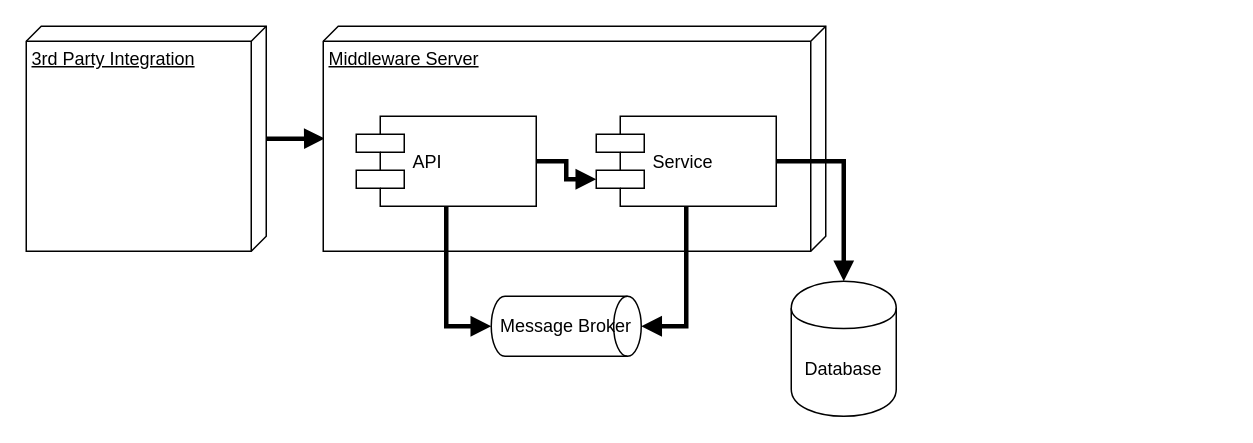
This is solutions/BlueBelt/docs/solution.drawio from epomatti/dojo-for-net, a draw.io file, before an edit. Source tidied: cells renumbered, new cells numbered last; positions are measured from the earlier drawing's top-left corner, leaving out a move shared by most shapes. Both pictures are drawn from the tidied source at 150%, with x=0, y=0 at pixel (26, 26).
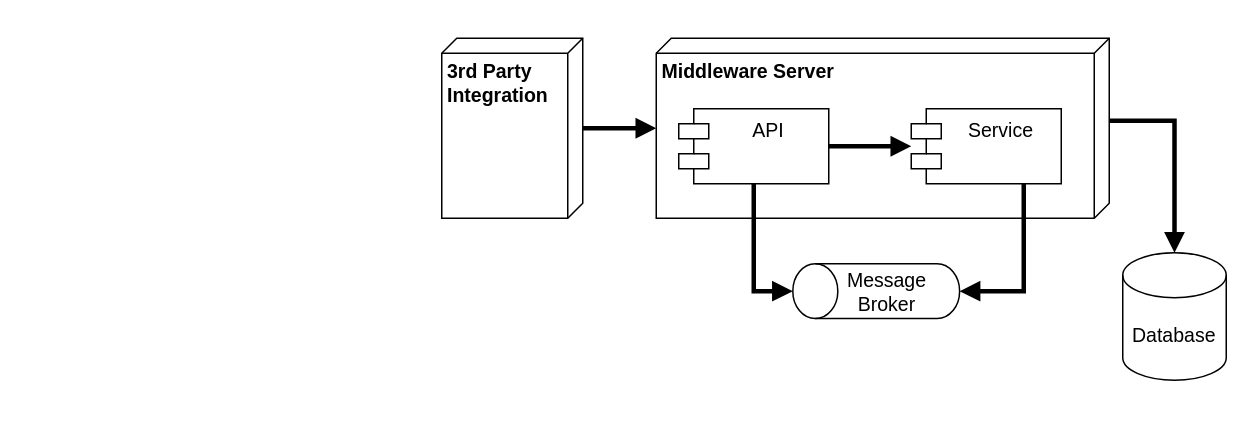
The same diagram, later.

The edit, as a diff of the source:
```diff
@@
 <mxGraphModel>
   <root>
     <mxCell id="0" />
     <mxCell id="1" parent="0" />
-    <mxCell id="2" style="edgeStyle=orthogonalEdgeStyle;rounded=0;jettySize=auto;html=1;entryX=0.499;entryY=0.997;entryDx=0;entryDy=0;entryPerimeter=0;endArrow=block;endFill=1;strokeWidth=3;" parent="1" edge="1" source="3" target="4">
+    <mxCell id="2" style="edgeStyle=orthogonalEdgeStyle;rounded=0;jettySize=auto;html=1;fontSize=13;strokeWidth=3;endArrow=block;endFill=1;" parent="1" edge="1" source="3" target="4">
       <mxGeometry relative="1" as="geometry" />
     </mxCell>
-    <mxCell id="3" value="3rd Party Integration" style="verticalAlign=top;align=left;spacingTop=8;spacingLeft=2;spacingRight=12;shape=cube;size=10;direction=south;fontStyle=4;html=1;" parent="1" vertex="1">
-      <mxGeometry width="160" height="150" as="geometry" />
+    <mxCell id="3" value="3rd Party&lt;br&gt;Integration" style="verticalAlign=top;align=left;spacingTop=8;spacingLeft=2;spacingRight=12;shape=cube;size=10;direction=south;fontStyle=1;html=1;fontSize=13;" parent="1" vertex="1">
+      <mxGeometry x="277" y="8" width="94" height="120" as="geometry" />
     </mxCell>
-    <mxCell id="4" value="Middleware Server" style="verticalAlign=top;align=left;spacingTop=8;spacingLeft=2;spacingRight=12;shape=cube;size=10;direction=south;fontStyle=4;html=1;" parent="1" vertex="1">
-      <mxGeometry x="198" width="335" height="150" as="geometry" />
+    <mxCell id="4" value="Middleware Server" style="verticalAlign=top;align=left;spacingTop=8;spacingLeft=2;spacingRight=12;shape=cube;size=10;direction=south;fontStyle=1;html=1;fontSize=13;" parent="1" vertex="1">
+      <mxGeometry x="420" y="8" width="302" height="120" as="geometry" />
     </mxCell>
+    <mxCell id="7" value="API" style="shape=module;align=left;spacingLeft=20;align=center;verticalAlign=top;fontSize=13;" parent="1" vertex="1">
+      <mxGeometry x="435" y="55" width="100" height="50" as="geometry" />
+    </mxCell>
+    <mxCell id="10" value="Service" style="shape=module;align=left;spacingLeft=20;align=center;verticalAlign=top;fontSize=13;" parent="1" vertex="1">
+      <mxGeometry x="590" y="55" width="100" height="50" as="geometry" />
+    </mxCell>
-    <mxCell id="5" value="Database" style="shape=cylinder;whiteSpace=wrap;html=1;boundedLbl=1;backgroundOutline=1;" parent="1" vertex="1">
-      <mxGeometry x="510" y="170" width="70" height="90" as="geometry" />
+    <mxCell id="5" value="Database" style="shape=cylinder3;whiteSpace=wrap;html=1;boundedLbl=1;backgroundOutline=1;size=15;fontSize=13;" parent="1" vertex="1">
+      <mxGeometry x="731" y="151" width="69" height="85" as="geometry" />
     </mxCell>
-    <mxCell id="6" style="edgeStyle=orthogonalEdgeStyle;rounded=0;jettySize=auto;html=1;entryX=0;entryY=0.5;entryDx=0;entryDy=0;entryPerimeter=0;endArrow=block;endFill=1;strokeWidth=3;" parent="1" edge="1" source="7" target="11">
-      <mxGeometry relative="1" as="geometry" />
-    </mxCell>
-    <mxCell id="7" value="API" style="shape=component;align=left;spacingLeft=36;" parent="1" vertex="1">
-      <mxGeometry x="220" y="60" width="120" height="60" as="geometry" />
-    </mxCell>
-    <mxCell id="8" style="edgeStyle=orthogonalEdgeStyle;rounded=0;jettySize=auto;html=1;entryX=1;entryY=0.5;entryDx=0;entryDy=0;entryPerimeter=0;endArrow=block;endFill=1;strokeWidth=3;" parent="1" edge="1" source="10" target="11">
-      <mxGeometry relative="1" as="geometry" />
-    </mxCell>
-    <mxCell id="9" style="edgeStyle=orthogonalEdgeStyle;rounded=0;jettySize=auto;html=1;entryX=0.5;entryY=0;entryDx=0;entryDy=0;endArrow=block;endFill=1;strokeWidth=3;" parent="1" edge="1" source="10" target="5">
-      <mxGeometry relative="1" as="geometry" />
-    </mxCell>
-    <mxCell id="10" value="Service" style="shape=component;align=left;spacingLeft=36;" parent="1" vertex="1">
-      <mxGeometry x="380" y="60" width="120" height="60" as="geometry" />
-    </mxCell>
+    <mxCell id="13" style="shape=cylinder3;whiteSpace=wrap;html=1;boundedLbl=1;backgroundOutline=1;size=15;rotation=-90;fontSize=13;" parent="1" vertex="1">
+      <mxGeometry x="548.4" y="121" width="36.5" height="111.2" as="geometry" />
+    </mxCell>
-    <mxCell id="11" value="Message Broker" style="strokeWidth=1;html=1;shape=mxgraph.flowchart.direct_data;whiteSpace=wrap;" parent="1" vertex="1">
-      <mxGeometry x="310" y="180" width="100" height="40" as="geometry" />
+    <mxCell id="11" value="Message Broker" style="text;html=1;strokeColor=none;fillColor=none;align=center;verticalAlign=middle;whiteSpace=wrap;rounded=0;fontSize=13;" parent="1" vertex="1">
+      <mxGeometry x="531" y="161.6" width="86" height="30" as="geometry" />
     </mxCell>
-    <mxCell id="12" style="edgeStyle=orthogonalEdgeStyle;rounded=0;jettySize=auto;html=1;endArrow=block;endFill=1;strokeWidth=3;exitX=1;exitY=0.5;exitDx=0;exitDy=0;entryX=0;entryY=0.7;entryDx=0;entryDy=0;" parent="1" edge="1" source="7" target="10">
+    <mxCell id="12" style="edgeStyle=orthogonalEdgeStyle;rounded=0;jettySize=auto;html=1;fontSize=13;strokeWidth=3;endArrow=block;endFill=1;exitX=1;exitY=0.5;exitDx=0;exitDy=0;entryX=0;entryY=0.5;entryDx=0;entryDy=0;entryPerimeter=0;" parent="1" edge="1" source="7" target="10">
       <mxGeometry relative="1" as="geometry" />
     </mxCell>
+    <mxCell id="14" style="edgeStyle=orthogonalEdgeStyle;rounded=0;jettySize=auto;html=1;fontSize=13;strokeWidth=3;endArrow=block;endFill=1;exitX=0.5;exitY=1;exitDx=0;exitDy=0;entryX=0.5;entryY=0;entryDx=0;entryDy=0;entryPerimeter=0;" parent="1" edge="1" source="7" target="13">
+      <mxGeometry relative="1" as="geometry" />
+    </mxCell>
+    <mxCell id="15" style="edgeStyle=orthogonalEdgeStyle;rounded=0;jettySize=auto;html=1;fontSize=13;strokeWidth=3;endArrow=block;endFill=1;exitX=0.75;exitY=1;exitDx=0;exitDy=0;entryX=0.5;entryY=1;entryDx=0;entryDy=0;entryPerimeter=0;" parent="1" edge="1" source="10" target="13">
+      <mxGeometry relative="1" as="geometry" />
+    </mxCell>
+    <mxCell id="16" style="edgeStyle=orthogonalEdgeStyle;rounded=0;jettySize=auto;html=1;fontSize=13;strokeWidth=3;endArrow=block;endFill=1;exitX=0;exitY=0;exitDx=55;exitDy=0;exitPerimeter=0;" parent="1" edge="1" source="4" target="5">
+      <mxGeometry relative="1" as="geometry" />
+    </mxCell>
   </root>
 </mxGraphModel>
```
